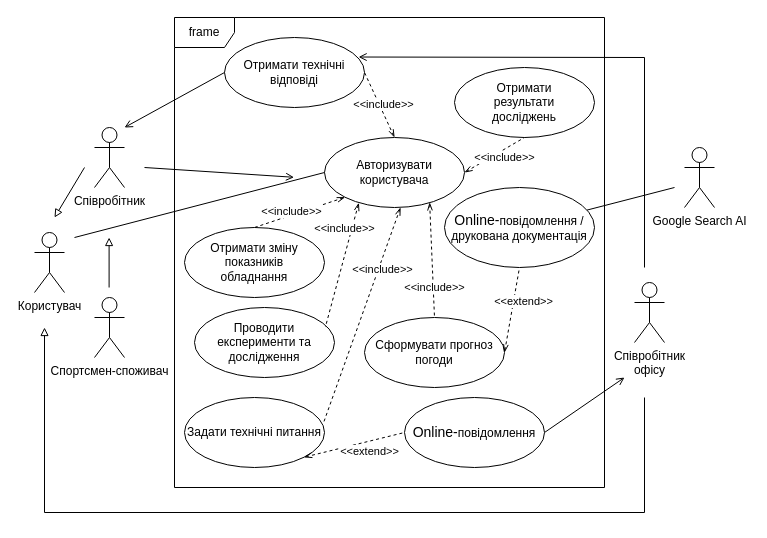
Before: 1-SoftwareRequirements/1.3-SoftwareUserRequirements/1.3.3-UseCaseDiagram/UserCase.drawio in oleksandrblazhko/ai201-tsigankova, a draw.io diagram. Source tidied: cells renumbered, new cells numbered last; positions are measured from the earlier drawing's top-left corner, leaving out a move shared by most shapes. Both pictures are drawn from the tidied source at 100%, with x=0, y=0 at pixel (34, 17).
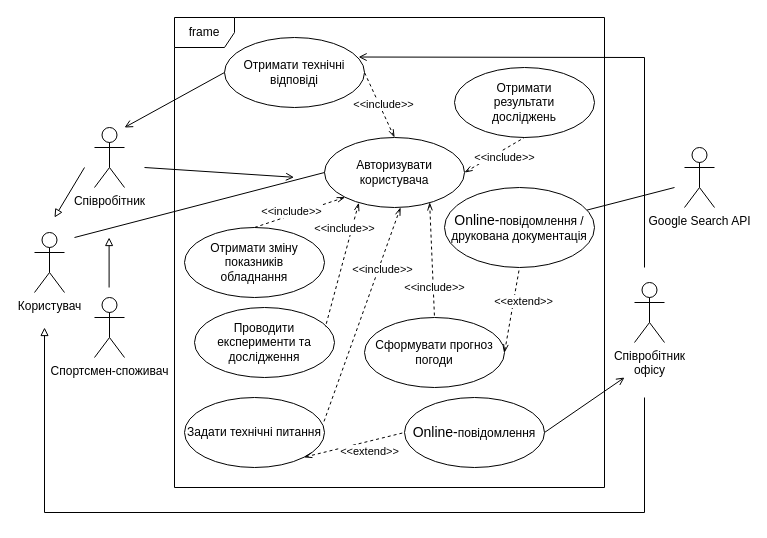
Above is the later version.

What changed in the source:
```diff
@@
-    <mxCell id="30" value="&lt;div style=&quot;text-align: left;&quot;&gt;Google Search AI&lt;/div&gt;" style="shape=umlActor;verticalLabelPosition=bottom;verticalAlign=top;html=1;" parent="1" vertex="1">
+    <mxCell id="30" value="&lt;div style=&quot;text-align: left;&quot;&gt;Google Search API&lt;/div&gt;" style="shape=umlActor;verticalLabelPosition=bottom;verticalAlign=top;html=1;" parent="1" vertex="1">
       <mxGeometry x="650" y="130" width="30" height="60" as="geometry" />
     </mxCell>
```
